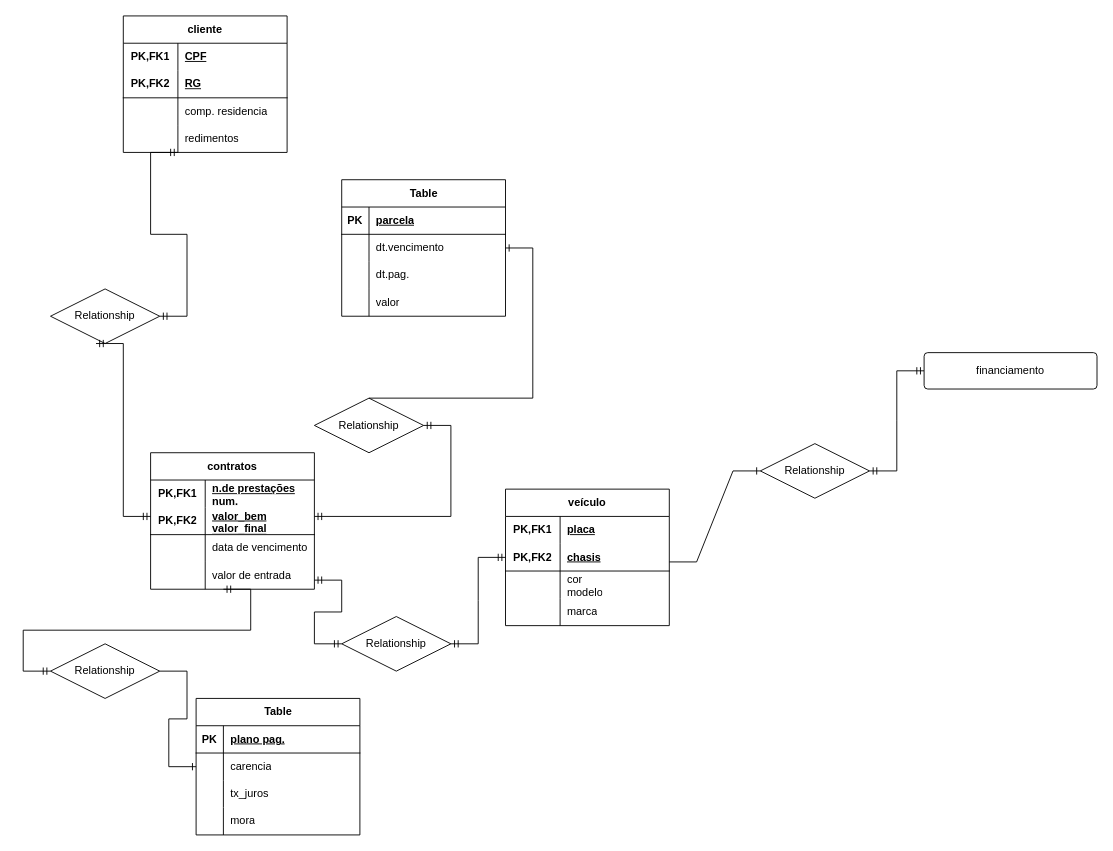
Above: diagrama6.drawio in biacapist1224/Diagramas (draw.io), before the change. Source tidied: cells renumbered, new cells numbered last; positions are measured from the earlier drawing's top-left corner, leaving out a move shared by most shapes. Both pictures are drawn from the tidied source at 91%, with x=0, y=0 at pixel (50, 15).
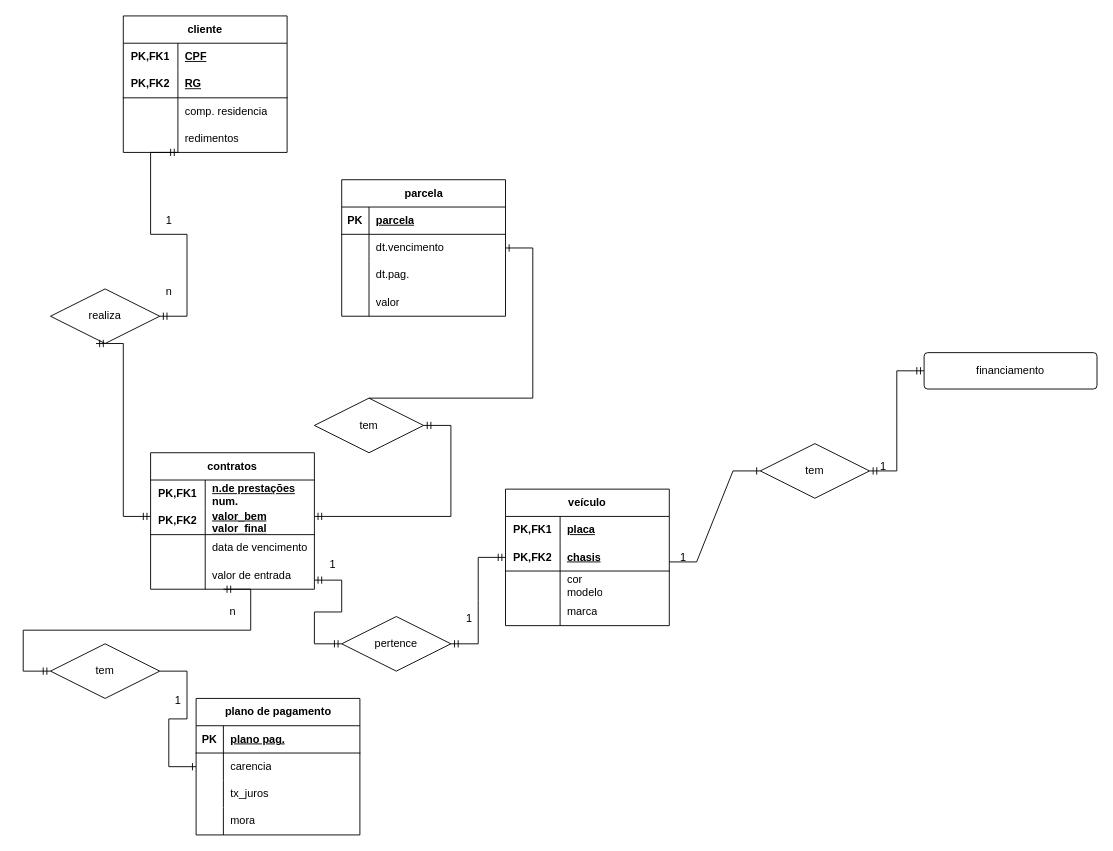
The same page after the edit.

The edit, as a diff of the source:
```diff
@@
-    <mxCell id="15" value="Relationship" style="shape=rhombus;perimeter=rhombusPerimeter;whiteSpace=wrap;html=1;align=center;" parent="1" vertex="1">
+    <mxCell id="15" value="realiza" style="shape=rhombus;perimeter=rhombusPerimeter;whiteSpace=wrap;html=1;align=center;" parent="1" vertex="1">
       <mxGeometry y="300" width="120" height="60" as="geometry" />
     </mxCell>
@@
-    <mxCell id="32" value="Relationship" style="shape=rhombus;perimeter=rhombusPerimeter;whiteSpace=wrap;html=1;align=center;" parent="1" vertex="1">
+    <mxCell id="32" value="tem" style="shape=rhombus;perimeter=rhombusPerimeter;whiteSpace=wrap;html=1;align=center;" parent="1" vertex="1">
       <mxGeometry x="290" y="420" width="120" height="60" as="geometry" />
     </mxCell>
@@
-    <mxCell id="34" value="Table" style="shape=table;startSize=30;childLayout=tableLayout;rowLines=0;fontStyle=1;align=center;html=1;" parent="1" vertex="1">
+    <mxCell id="34" value="parcela" style="shape=table;startSize=30;childLayout=tableLayout;rowLines=0;fontStyle=1;align=center;html=1;" parent="1" vertex="1">
       <mxGeometry x="320" y="180" width="180" height="150" as="geometry" />
     </mxCell>
@@
-    <mxCell id="48" value="Relationship" style="shape=rhombus;perimeter=rhombusPerimeter;whiteSpace=wrap;html=1;align=center;" parent="1" vertex="1">
+    <mxCell id="48" value="pertence" style="shape=rhombus;perimeter=rhombusPerimeter;whiteSpace=wrap;html=1;align=center;" parent="1" vertex="1">
       <mxGeometry x="320" y="660" width="120" height="60" as="geometry" />
     </mxCell>
@@
-    <mxCell id="64" value="Relationship" style="shape=rhombus;perimeter=rhombusPerimeter;whiteSpace=wrap;html=1;align=center;" parent="1" vertex="1">
+    <mxCell id="64" value="tem" style="shape=rhombus;perimeter=rhombusPerimeter;whiteSpace=wrap;html=1;align=center;" parent="1" vertex="1">
       <mxGeometry y="690" width="120" height="60" as="geometry" />
     </mxCell>
@@
-    <mxCell id="66" value="Table" style="shape=table;startSize=30;childLayout=tableLayout;rowLines=0;fontStyle=1;align=center;html=1;" parent="1" vertex="1">
+    <mxCell id="66" value="plano de pagamento" style="shape=table;startSize=30;childLayout=tableLayout;rowLines=0;fontStyle=1;align=center;html=1;" parent="1" vertex="1">
       <mxGeometry x="160" y="750" width="180" height="150" as="geometry" />
     </mxCell>
@@
-    <mxCell id="79" value="Relationship" style="shape=rhombus;perimeter=rhombusPerimeter;whiteSpace=wrap;html=1;align=center;" parent="1" vertex="1">
+    <mxCell id="79" value="tem" style="shape=rhombus;perimeter=rhombusPerimeter;whiteSpace=wrap;html=1;align=center;" parent="1" vertex="1">
       <mxGeometry x="780" y="470" width="120" height="60" as="geometry" />
     </mxCell>
@@
+    <mxCell id="83" value="1" style="text;html=1;align=center;verticalAlign=middle;strokeColor=none;fillColor=none;" parent="1" vertex="1">
+      <mxGeometry x="115" y="210" width="30" height="30" as="geometry" />
+    </mxCell>
+    <mxCell id="84" value="n" style="text;html=1;align=center;verticalAlign=middle;strokeColor=none;fillColor=none;" parent="1" vertex="1">
+      <mxGeometry x="115" y="288" width="30" height="30" as="geometry" />
+    </mxCell>
+    <mxCell id="85" value="n" style="text;html=1;align=center;verticalAlign=middle;strokeColor=none;fillColor=none;" parent="1" vertex="1">
+      <mxGeometry x="185" y="640" width="30" height="30" as="geometry" />
+    </mxCell>
+    <mxCell id="86" value="1" style="text;html=1;align=center;verticalAlign=middle;strokeColor=none;fillColor=none;" parent="1" vertex="1">
+      <mxGeometry x="125" y="738" width="30" height="30" as="geometry" />
+    </mxCell>
+    <mxCell id="87" value="1" style="text;html=1;align=center;verticalAlign=middle;strokeColor=none;fillColor=none;" parent="1" vertex="1">
+      <mxGeometry x="295" y="588" width="30" height="30" as="geometry" />
+    </mxCell>
+    <mxCell id="88" value="1" style="text;html=1;align=center;verticalAlign=middle;strokeColor=none;fillColor=none;" parent="1" vertex="1">
+      <mxGeometry x="445" y="648" width="30" height="30" as="geometry" />
+    </mxCell>
+    <mxCell id="89" value="1" style="text;html=1;align=center;verticalAlign=middle;strokeColor=none;fillColor=none;" parent="1" vertex="1">
+      <mxGeometry x="680" y="580" width="30" height="30" as="geometry" />
+    </mxCell>
+    <mxCell id="90" value="1" style="text;html=1;align=center;verticalAlign=middle;strokeColor=none;fillColor=none;" parent="1" vertex="1">
+      <mxGeometry x="900" y="480" width="30" height="30" as="geometry" />
+    </mxCell>
```
